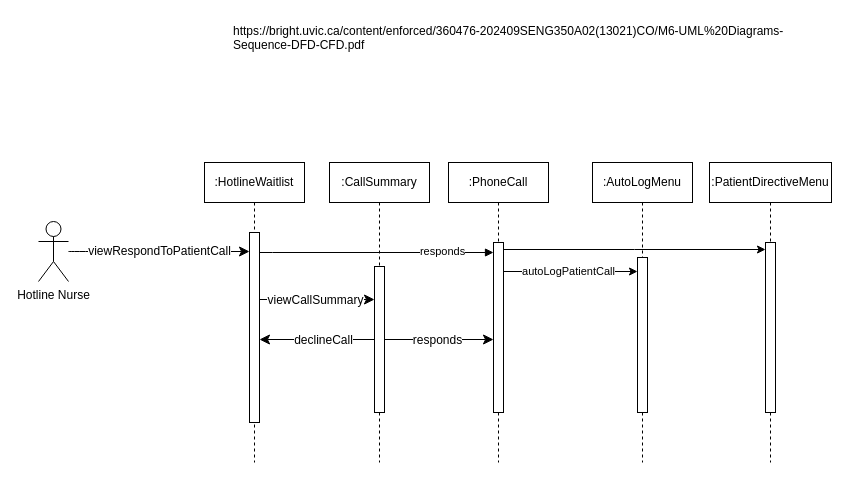
Before: AmirWork/Nurse_Hotline_SequenceDiagram.drawio in SENG-350-2024-fall/Team9, a draw.io diagram. Source tidied: cells renumbered, new cells numbered last; positions are measured from the earlier drawing's top-left corner, leaving out a move shared by most shapes. Both pictures are drawn from the tidied source at 100%, with x=0, y=0 at pixel (38, 17).
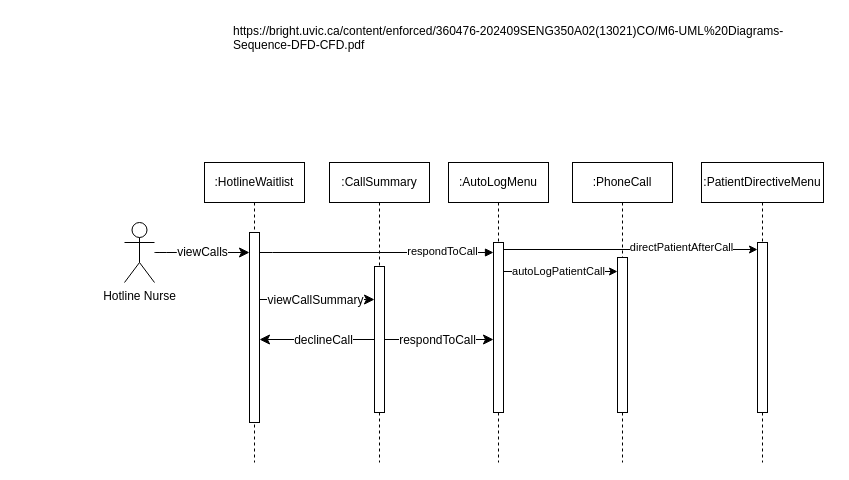
The same diagram, later.

Unchanged cells that the change refers to:
```xml
<mxCell id="5" style="html=1;points=[];perimeter=orthogonalPerimeter;outlineConnect=0;targetShapes=umlLifeline;portConstraint=eastwest;newEdgeStyle={&quot;edgeStyle&quot;:&quot;elbowEdgeStyle&quot;,&quot;elbow&quot;:&quot;vertical&quot;,&quot;curved&quot;:0,&quot;rounded&quot;:0};" parent="4" vertex="1">
  <mxGeometry x="45" y="70" width="10" height="190" as="geometry" />
</mxCell>
<mxCell id="7" style="html=1;points=[];perimeter=orthogonalPerimeter;outlineConnect=0;targetShapes=umlLifeline;portConstraint=eastwest;newEdgeStyle={&quot;edgeStyle&quot;:&quot;elbowEdgeStyle&quot;,&quot;elbow&quot;:&quot;vertical&quot;,&quot;curved&quot;:0,&quot;rounded&quot;:0};" parent="6" vertex="1">
  <mxGeometry x="45" y="80" width="10" height="170" as="geometry" />
</mxCell>
<mxCell id="12" style="edgeStyle=elbowEdgeStyle;curved=0;rounded=0;jettySize=auto;html=1;elbow=vertical;fontSize=12;startSize=8;endSize=8;" parent="1" edge="1" source="3" target="7">
  <mxGeometry relative="1" as="geometry" />
</mxCell>
<mxCell id="23" style="html=1;points=[];perimeter=orthogonalPerimeter;outlineConnect=0;targetShapes=umlLifeline;portConstraint=eastwest;newEdgeStyle={&quot;edgeStyle&quot;:&quot;elbowEdgeStyle&quot;,&quot;elbow&quot;:&quot;vertical&quot;,&quot;curved&quot;:0,&quot;rounded&quot;:0};" parent="22" vertex="1">
  <mxGeometry x="56" y="80" width="10" height="170" as="geometry" />
</mxCell>
```

Diff of the diagram source:
```diff
@@
-    <mxCell id="6" value=":PhoneCall" style="shape=umlLifeline;perimeter=lifelinePerimeter;whiteSpace=wrap;html=1;newEdgeStyle={&quot;edgeStyle&quot;:&quot;elbowEdgeStyle&quot;,&quot;elbow&quot;:&quot;vertical&quot;,&quot;curved&quot;:0,&quot;rounded&quot;:0};" parent="1" vertex="1">
+    <mxCell id="6" value=":AutoLogMenu" style="shape=umlLifeline;perimeter=lifelinePerimeter;whiteSpace=wrap;html=1;newEdgeStyle={&quot;edgeStyle&quot;:&quot;elbowEdgeStyle&quot;,&quot;elbow&quot;:&quot;vertical&quot;,&quot;curved&quot;:0,&quot;rounded&quot;:0};" parent="1" vertex="1">
       <mxGeometry x="410" y="145" width="100" height="300" as="geometry" />
     </mxCell>
@@
-    <mxCell id="8" value="responds" style="html=1;verticalAlign=bottom;endArrow=block;edgeStyle=elbowEdgeStyle;elbow=vertical;curved=0;rounded=0;" parent="1" edge="1" source="5" target="7">
+    <mxCell id="8" value="respondToCall" style="html=1;verticalAlign=bottom;endArrow=block;edgeStyle=elbowEdgeStyle;elbow=vertical;curved=0;rounded=0;" parent="1" edge="1" source="5" target="7">
       <mxGeometry x="0.56" y="-8" relative="1" as="geometry">
         <Array as="points">
           <mxPoint x="234" y="235" />
         </Array>
       </mxGeometry>
     </mxCell>
-    <mxCell id="9" value="viewRespondToPatientCall" style="edgeStyle=none;curved=1;rounded=0;jettySize=auto;html=1;fontSize=12;startSize=8;endSize=8;" parent="1" edge="1" source="10" target="5">
+    <mxCell id="9" value="viewCalls" style="edgeStyle=none;curved=1;rounded=0;jettySize=auto;html=1;fontSize=12;startSize=8;endSize=8;" parent="1" edge="1" source="10" target="5">
       <mxGeometry relative="1" as="geometry" />
     </mxCell>
     <mxCell id="10" value="Hotline Nurse" style="shape=umlActor;verticalLabelPosition=bottom;verticalAlign=top;html=1;outlineConnect=0;" parent="1" vertex="1">
-      <mxGeometry y="204" width="30" height="60" as="geometry" />
+      <mxGeometry x="86" y="205" width="30" height="60" as="geometry" />
     </mxCell>
@@
-    <mxCell id="13" value="responds" style="edgeLabel;html=1;align=center;verticalAlign=middle;fontSize=12;" parent="12" vertex="1">
+    <mxCell id="13" value="respondToCall" style="edgeLabel;html=1;align=center;verticalAlign=middle;fontSize=12;" parent="12" vertex="1">
       <mxGeometry x="-0.29" relative="1" as="geometry">
         <mxPoint x="13" as="offset" />
       </mxGeometry>
     </mxCell>
@@
-    <mxCell id="18" value=":AutoLogMenu" style="shape=umlLifeline;perimeter=lifelinePerimeter;whiteSpace=wrap;html=1;newEdgeStyle={&quot;edgeStyle&quot;:&quot;elbowEdgeStyle&quot;,&quot;elbow&quot;:&quot;vertical&quot;,&quot;curved&quot;:0,&quot;rounded&quot;:0};" parent="1" vertex="1">
-      <mxGeometry x="554" y="145" width="100" height="300" as="geometry" />
+    <mxCell id="18" value=":PhoneCall" style="shape=umlLifeline;perimeter=lifelinePerimeter;whiteSpace=wrap;html=1;newEdgeStyle={&quot;edgeStyle&quot;:&quot;elbowEdgeStyle&quot;,&quot;elbow&quot;:&quot;vertical&quot;,&quot;curved&quot;:0,&quot;rounded&quot;:0};" parent="1" vertex="1">
+      <mxGeometry x="534" y="145" width="100" height="300" as="geometry" />
     </mxCell>
@@
     <mxCell id="22" value=":PatientDirectiveMenu" style="shape=umlLifeline;perimeter=lifelinePerimeter;whiteSpace=wrap;html=1;newEdgeStyle={&quot;edgeStyle&quot;:&quot;elbowEdgeStyle&quot;,&quot;elbow&quot;:&quot;vertical&quot;,&quot;curved&quot;:0,&quot;rounded&quot;:0};" parent="1" vertex="1">
-      <mxGeometry x="671" y="145" width="122" height="300" as="geometry" />
+      <mxGeometry x="663" y="145" width="122" height="300" as="geometry" />
     </mxCell>
@@
-    <mxCell id="24" style="edgeStyle=elbowEdgeStyle;rounded=0;jettySize=auto;html=1;elbow=vertical;curved=0;" parent="1" edge="1" source="7" target="23">
-      <mxGeometry relative="1" as="geometry">
+    <mxCell id="24" value="directPatientAfterCall" style="edgeStyle=elbowEdgeStyle;rounded=0;jettySize=auto;html=1;elbow=vertical;curved=0;" parent="1" edge="1" source="7" target="23">
+      <mxGeometry x="0.4" y="2" relative="1" as="geometry">
         <Array as="points">
           <mxPoint x="596" y="232" />
         </Array>
       </mxGeometry>
     </mxCell>
```
